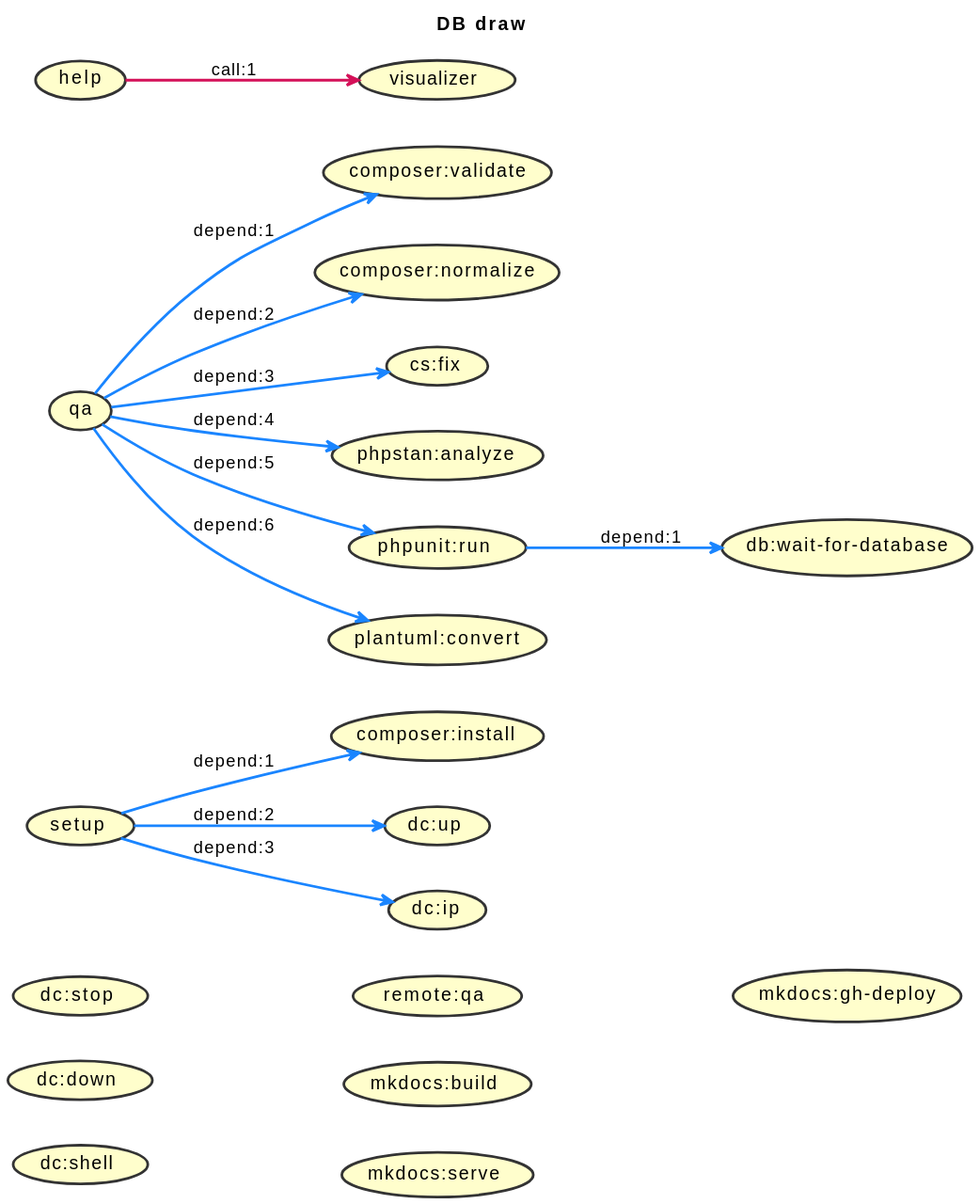
Before: docs/images/build.svg, a diagram exported from PlantUML (jawira/db-draw). Source of this version:
```plantuml
@startuml
title
DB draw
end title

left to right direction

skinparam Shadowing false
skinparam ArrowFontColor Black
skinparam ArrowThickness 2
skinparam UseCaseBackgroundColor #FFFECC
skinparam UseCaseBorderColor #333333
skinparam UseCaseBorderThickness 2
skinparam UseCaseFontColor Black


(setup) -[#1A85FF]-> (composer:install) : depend:1
(setup) -[#1A85FF]-> (dc:up) : depend:2
(setup) -[#1A85FF]-> (dc:ip) : depend:3
(qa) -[#1A85FF]-> (composer:validate) : depend:1
(qa) -[#1A85FF]-> (composer:normalize) : depend:2
(qa) -[#1A85FF]-> (cs:fix) : depend:3
(qa) -[#1A85FF]-> (phpstan:analyze) : depend:4
(qa) -[#1A85FF]-> (phpunit:run) : depend:5
(qa) -[#1A85FF]-> (plantuml:convert) : depend:6
(phpunit:run) -[#1A85FF]-> (db:wait-for-database) : depend:1
(help) -[#D41159]-> (visualizer) : call:1
(setup)
(qa)
(dc:up)
(dc:stop)
(dc:down)
(dc:ip)
(dc:shell)
(remote:qa)
(phpstan:analyze)
(composer:validate)
(composer:normalize)
(composer:install)
(plantuml:convert)
(phpunit:run)
(db:wait-for-database)
(help)
(visualizer)
(cs:fix)
(mkdocs:build)
(mkdocs:serve)
(mkdocs:gh-deploy)
@enduml
```
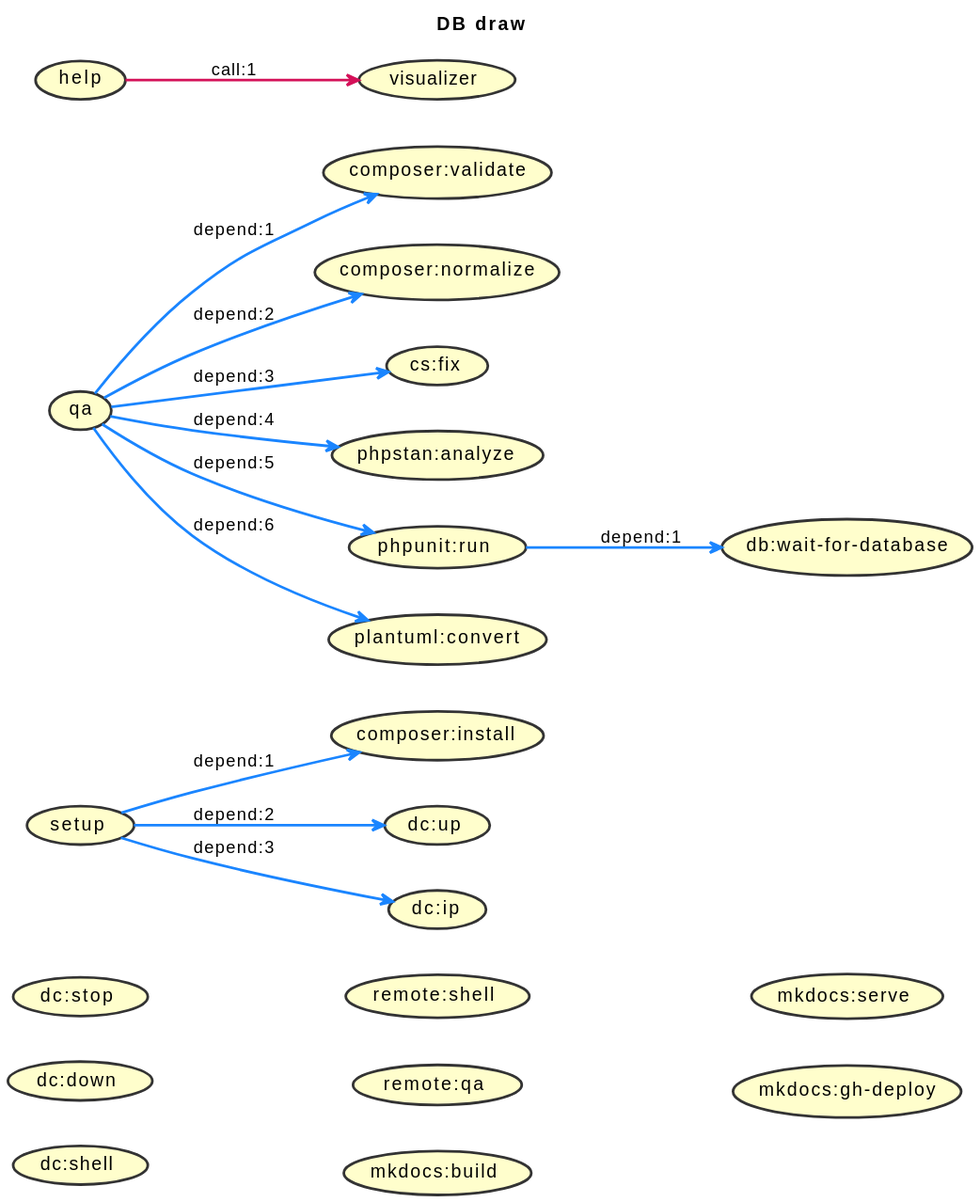
The same diagram one commit later.

The edit, as a diff of the source:
```diff
@@ -32,6 +32,7 @@
 (dc:down)
 (dc:ip)
 (dc:shell)
+(remote:shell)
 (remote:qa)
 (phpstan:analyze)
 (composer:validate)
```
